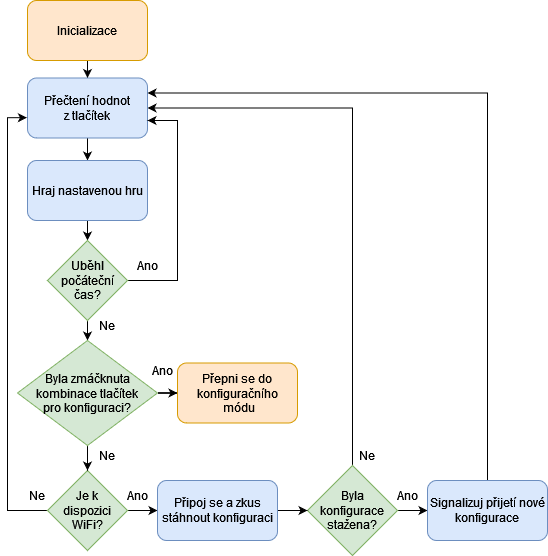
Earlier version of the draw.io export text/obrazky/blokove_schema_modu_PLAY.png (renata7zemanova/Semafor). Source tidied: cells renumbered, new cells last; positions are measured from the earlier drawing's top-left corner, leaving out a move shared by most shapes. The source it was exported from:
```xml
<mxGraphModel>
  <root>
    <mxCell id="0" />
    <mxCell id="1" parent="0" />
    <mxCell id="2" style="edgeStyle=orthogonalEdgeStyle;rounded=0;jettySize=auto;html=1;entryX=1;entryY=0.5;entryDx=0;entryDy=0;" parent="1" edge="1" source="4" target="8">
      <mxGeometry relative="1" as="geometry">
        <Array as="points">
          <mxPoint x="345" y="108" />
        </Array>
      </mxGeometry>
    </mxCell>
    <mxCell id="3" style="edgeStyle=orthogonalEdgeStyle;rounded=0;jettySize=auto;html=1;entryX=0;entryY=0.5;entryDx=0;entryDy=0;" parent="1" edge="1" source="4" target="29">
      <mxGeometry relative="1" as="geometry" />
    </mxCell>
    <mxCell id="4" value="Byla konfigurace stažena?" style="rhombus;whiteSpace=wrap;html=1;fillColor=#d5e8d4;strokeColor=#82b366;" parent="1" vertex="1">
      <mxGeometry x="300" y="465" width="90" height="90" as="geometry" />
    </mxCell>
    <mxCell id="5" style="edgeStyle=orthogonalEdgeStyle;rounded=0;jettySize=auto;html=1;" parent="1" edge="1" source="6" target="8">
      <mxGeometry relative="1" as="geometry" />
    </mxCell>
    <mxCell id="6" value="Inicializace" style="rounded=1;whiteSpace=wrap;html=1;fillColor=#ffe6cc;strokeColor=#d79b00;" parent="1" vertex="1">
      <mxGeometry x="20" width="120" height="60" as="geometry" />
    </mxCell>
    <mxCell id="7" style="edgeStyle=orthogonalEdgeStyle;rounded=0;jettySize=auto;html=1;" parent="1" edge="1" source="8" target="10">
      <mxGeometry relative="1" as="geometry" />
    </mxCell>
    <mxCell id="8" value="&lt;div&gt;Přečtení hodnot &lt;br&gt;&lt;/div&gt;&lt;div&gt;z tlačítek&lt;/div&gt;" style="rounded=1;whiteSpace=wrap;html=1;fillColor=#dae8fc;strokeColor=#6c8ebf;" parent="1" vertex="1">
      <mxGeometry x="20" y="77.5" width="120" height="60" as="geometry" />
    </mxCell>
    <mxCell id="9" style="edgeStyle=orthogonalEdgeStyle;rounded=0;jettySize=auto;html=1;entryX=0.5;entryY=0;entryDx=0;entryDy=0;" parent="1" edge="1" source="10" target="13">
      <mxGeometry relative="1" as="geometry" />
    </mxCell>
    <mxCell id="10" value="Hraj nastavenou hru" style="rounded=1;whiteSpace=wrap;html=1;fillColor=#dae8fc;strokeColor=#6c8ebf;" parent="1" vertex="1">
      <mxGeometry x="20" y="160" width="120" height="60" as="geometry" />
    </mxCell>
    <mxCell id="11" style="edgeStyle=orthogonalEdgeStyle;rounded=0;jettySize=auto;html=1;" parent="1" edge="1" source="13">
      <mxGeometry relative="1" as="geometry">
        <mxPoint x="140" y="120" as="targetPoint" />
        <Array as="points">
          <mxPoint x="170" y="280" />
          <mxPoint x="170" y="120" />
          <mxPoint x="140" y="120" />
        </Array>
      </mxGeometry>
    </mxCell>
    <mxCell id="12" style="edgeStyle=orthogonalEdgeStyle;rounded=0;jettySize=auto;html=1;entryX=0.5;entryY=0;entryDx=0;entryDy=0;" parent="1" edge="1" source="13" target="22">
      <mxGeometry relative="1" as="geometry" />
    </mxCell>
    <mxCell id="13" value="Uběhl počáteční čas?" style="rhombus;whiteSpace=wrap;html=1;fillColor=#d5e8d4;strokeColor=#82b366;" parent="1" vertex="1">
      <mxGeometry x="40" y="240" width="80" height="80" as="geometry" />
    </mxCell>
    <mxCell id="14" value="Ano" style="text;html=1;strokeColor=none;fillColor=none;align=center;verticalAlign=middle;whiteSpace=wrap;rounded=0;" parent="1" vertex="1">
      <mxGeometry x="110" y="250" width="60" height="30" as="geometry" />
    </mxCell>
    <mxCell id="15" value="Ne" style="text;html=1;strokeColor=none;fillColor=none;align=center;verticalAlign=middle;whiteSpace=wrap;rounded=0;" parent="1" vertex="1">
      <mxGeometry x="70" y="310" width="60" height="30" as="geometry" />
    </mxCell>
    <mxCell id="16" style="edgeStyle=orthogonalEdgeStyle;rounded=0;jettySize=auto;html=1;entryX=-0.005;entryY=0.661;entryDx=0;entryDy=0;entryPerimeter=0;" parent="1" edge="1" source="18" target="8">
      <mxGeometry relative="1" as="geometry">
        <Array as="points">
          <mxPoint y="510" />
          <mxPoint y="117" />
        </Array>
      </mxGeometry>
    </mxCell>
    <mxCell id="17" style="edgeStyle=orthogonalEdgeStyle;rounded=0;jettySize=auto;html=1;entryX=0;entryY=0.5;entryDx=0;entryDy=0;" parent="1" edge="1" source="18" target="27">
      <mxGeometry relative="1" as="geometry" />
    </mxCell>
    <mxCell id="18" value="&lt;div&gt;Je k &lt;br&gt;&lt;/div&gt;&lt;div&gt;dispozici WiFi?&lt;/div&gt;" style="rhombus;whiteSpace=wrap;html=1;fillColor=#d5e8d4;strokeColor=#82b366;" parent="1" vertex="1">
      <mxGeometry x="40" y="470" width="80" height="80" as="geometry" />
    </mxCell>
    <mxCell id="19" value="Ne" style="text;html=1;strokeColor=none;fillColor=none;align=center;verticalAlign=middle;whiteSpace=wrap;rounded=0;" parent="1" vertex="1">
      <mxGeometry y="480" width="60" height="30" as="geometry" />
    </mxCell>
    <mxCell id="20" style="edgeStyle=orthogonalEdgeStyle;rounded=0;jettySize=auto;html=1;entryX=0.5;entryY=0;entryDx=0;entryDy=0;" parent="1" edge="1" source="22" target="18">
      <mxGeometry relative="1" as="geometry" />
    </mxCell>
    <mxCell id="21" style="edgeStyle=orthogonalEdgeStyle;rounded=0;jettySize=auto;html=1;entryX=0;entryY=0.5;entryDx=0;entryDy=0;" parent="1" edge="1" source="22" target="23">
      <mxGeometry relative="1" as="geometry" />
    </mxCell>
    <mxCell id="22" value="&lt;div&gt;Byla zmáčknuta kombinace tlačítek &lt;br&gt;&lt;/div&gt;&lt;div&gt;pro konfiguraci?&lt;/div&gt;" style="rhombus;whiteSpace=wrap;html=1;fillColor=#d5e8d4;strokeColor=#82b366;" parent="1" vertex="1">
      <mxGeometry x="10" y="340" width="140" height="105" as="geometry" />
    </mxCell>
    <mxCell id="23" value="&lt;div&gt;Přepni se do konfiguračního&lt;/div&gt;&lt;div&gt;&amp;nbsp;módu&lt;/div&gt;" style="rounded=1;whiteSpace=wrap;html=1;fillColor=#ffe6cc;strokeColor=#d79b00;" parent="1" vertex="1">
      <mxGeometry x="170" y="362.5" width="120" height="60" as="geometry" />
    </mxCell>
    <mxCell id="24" value="Ano" style="text;html=1;strokeColor=none;fillColor=none;align=center;verticalAlign=middle;whiteSpace=wrap;rounded=0;" parent="1" vertex="1">
      <mxGeometry x="125" y="355" width="60" height="30" as="geometry" />
    </mxCell>
    <mxCell id="25" value="Ne" style="text;html=1;strokeColor=none;fillColor=none;align=center;verticalAlign=middle;whiteSpace=wrap;rounded=0;" parent="1" vertex="1">
      <mxGeometry x="70" y="440" width="60" height="30" as="geometry" />
    </mxCell>
    <mxCell id="26" style="edgeStyle=orthogonalEdgeStyle;rounded=0;jettySize=auto;html=1;entryX=0;entryY=0.5;entryDx=0;entryDy=0;" parent="1" edge="1" source="27" target="4">
      <mxGeometry relative="1" as="geometry" />
    </mxCell>
    <mxCell id="27" value="Připoj se a zkus stáhnout konfiguraci" style="rounded=1;whiteSpace=wrap;html=1;fillColor=#dae8fc;strokeColor=#6c8ebf;" parent="1" vertex="1">
      <mxGeometry x="150" y="480" width="120" height="60" as="geometry" />
    </mxCell>
    <mxCell id="28" style="edgeStyle=orthogonalEdgeStyle;rounded=0;jettySize=auto;html=1;entryX=1;entryY=0.25;entryDx=0;entryDy=0;" parent="1" edge="1" source="29" target="8">
      <mxGeometry relative="1" as="geometry">
        <Array as="points">
          <mxPoint x="480" y="93" />
        </Array>
      </mxGeometry>
    </mxCell>
    <mxCell id="29" value="Signalizuj přijetí nové konfigurace" style="rounded=1;whiteSpace=wrap;html=1;fillColor=#dae8fc;strokeColor=#6c8ebf;" parent="1" vertex="1">
      <mxGeometry x="420" y="480" width="120" height="60" as="geometry" />
    </mxCell>
    <mxCell id="30" value="Ne" style="text;html=1;strokeColor=none;fillColor=none;align=center;verticalAlign=middle;whiteSpace=wrap;rounded=0;" parent="1" vertex="1">
      <mxGeometry x="330" y="440" width="60" height="30" as="geometry" />
    </mxCell>
    <mxCell id="31" value="Ano" style="text;html=1;strokeColor=none;fillColor=none;align=center;verticalAlign=middle;whiteSpace=wrap;rounded=0;" parent="1" vertex="1">
      <mxGeometry x="100" y="480" width="60" height="30" as="geometry" />
    </mxCell>
    <mxCell id="32" value="Ano" style="text;html=1;strokeColor=none;fillColor=none;align=center;verticalAlign=middle;whiteSpace=wrap;rounded=0;" parent="1" vertex="1">
      <mxGeometry x="370" y="480" width="60" height="30" as="geometry" />
    </mxCell>
  </root>
</mxGraphModel>
```
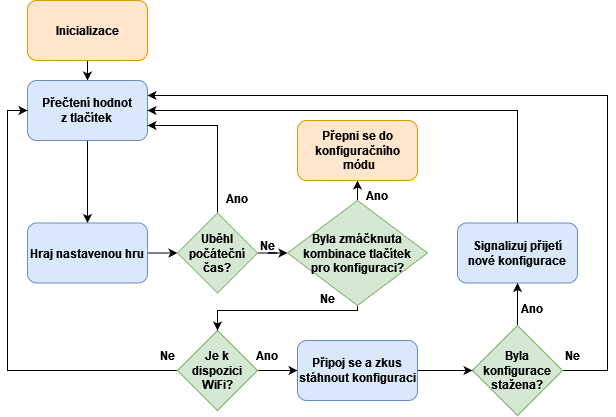
Above is the later version.

Diff of the diagram source:
```diff
@@ -2,118 +2,121 @@
   <root>
     <mxCell id="0" />
     <mxCell id="1" parent="0" />
+    <mxCell id="3" style="edgeStyle=orthogonalEdgeStyle;rounded=0;jettySize=auto;html=1;" parent="1" edge="1" source="4" target="29">
+      <mxGeometry relative="1" as="geometry" />
+    </mxCell>
-    <mxCell id="2" style="edgeStyle=orthogonalEdgeStyle;rounded=0;jettySize=auto;html=1;entryX=1;entryY=0.5;entryDx=0;entryDy=0;" parent="1" edge="1" source="4" target="8">
+    <mxCell id="2" style="edgeStyle=orthogonalEdgeStyle;rounded=0;jettySize=auto;html=1;entryX=1;entryY=0.25;entryDx=0;entryDy=0;" parent="1" edge="1" source="4" target="8">
       <mxGeometry relative="1" as="geometry">
         <Array as="points">
-          <mxPoint x="345" y="108" />
+          <mxPoint x="330" y="510" />
+          <mxPoint x="330" y="235" />
         </Array>
       </mxGeometry>
     </mxCell>
-    <mxCell id="3" style="edgeStyle=orthogonalEdgeStyle;rounded=0;jettySize=auto;html=1;entryX=0;entryY=0.5;entryDx=0;entryDy=0;" parent="1" edge="1" source="4" target="29">
-      <mxGeometry relative="1" as="geometry" />
-    </mxCell>
-    <mxCell id="4" value="Byla konfigurace stažena?" style="rhombus;whiteSpace=wrap;html=1;fillColor=#d5e8d4;strokeColor=#82b366;" parent="1" vertex="1">
-      <mxGeometry x="300" y="465" width="90" height="90" as="geometry" />
+    <mxCell id="4" value="Byla konfigurace stažena?" style="rhombus;whiteSpace=wrap;html=1;fillColor=#d5e8d4;strokeColor=#82b366;fontStyle=1;" parent="1" vertex="1">
+      <mxGeometry x="195" y="465" width="90" height="90" as="geometry" />
     </mxCell>
-    <mxCell id="5" style="edgeStyle=orthogonalEdgeStyle;rounded=0;jettySize=auto;html=1;" parent="1" edge="1" source="6" target="8">
+    <mxCell id="5" style="edgeStyle=orthogonalEdgeStyle;rounded=0;jettySize=auto;html=1;fontStyle=1;" parent="1" edge="1" source="6" target="8">
       <mxGeometry relative="1" as="geometry" />
     </mxCell>
-    <mxCell id="6" value="Inicializace" style="rounded=1;whiteSpace=wrap;html=1;fillColor=#ffe6cc;strokeColor=#d79b00;" parent="1" vertex="1">
-      <mxGeometry x="20" width="120" height="60" as="geometry" />
+    <mxCell id="6" value="Inicializace" style="rounded=1;whiteSpace=wrap;html=1;fillColor=#ffe6cc;strokeColor=#d79b00;fontStyle=1;" parent="1" vertex="1">
+      <mxGeometry x="-250" y="140" width="120" height="60" as="geometry" />
     </mxCell>
-    <mxCell id="7" style="edgeStyle=orthogonalEdgeStyle;rounded=0;jettySize=auto;html=1;" parent="1" edge="1" source="8" target="10">
+    <mxCell id="7" style="edgeStyle=orthogonalEdgeStyle;rounded=0;jettySize=auto;html=1;entryX=0.5;entryY=0;entryDx=0;entryDy=0;" parent="1" edge="1" source="8" target="10">
       <mxGeometry relative="1" as="geometry" />
     </mxCell>
-    <mxCell id="8" value="&lt;div&gt;Přečtení hodnot &lt;br&gt;&lt;/div&gt;&lt;div&gt;z tlačítek&lt;/div&gt;" style="rounded=1;whiteSpace=wrap;html=1;fillColor=#dae8fc;strokeColor=#6c8ebf;" parent="1" vertex="1">
-      <mxGeometry x="20" y="77.5" width="120" height="60" as="geometry" />
+    <mxCell id="8" value="&lt;div&gt;Přečtení hodnot &lt;br&gt;&lt;/div&gt;&lt;div&gt;z tlačítek&lt;/div&gt;" style="rounded=1;whiteSpace=wrap;html=1;fillColor=#dae8fc;strokeColor=#6c8ebf;fontStyle=1;" parent="1" vertex="1">
+      <mxGeometry x="-250" y="220" width="120" height="60" as="geometry" />
     </mxCell>
-    <mxCell id="9" style="edgeStyle=orthogonalEdgeStyle;rounded=0;jettySize=auto;html=1;entryX=0.5;entryY=0;entryDx=0;entryDy=0;" parent="1" edge="1" source="10" target="13">
-      <mxGeometry relative="1" as="geometry" />
+    <mxCell id="9" style="edgeStyle=orthogonalEdgeStyle;rounded=0;jettySize=auto;html=1;entryX=0;entryY=0.5;entryDx=0;entryDy=0;fontStyle=1;" parent="1" edge="1" source="10" target="13">
+      <mxGeometry relative="1" as="geometry">
+        <Array as="points">
+          <mxPoint x="-200" y="393" />
+          <mxPoint x="-200" y="393" />
+        </Array>
+      </mxGeometry>
     </mxCell>
-    <mxCell id="10" value="Hraj nastavenou hru" style="rounded=1;whiteSpace=wrap;html=1;fillColor=#dae8fc;strokeColor=#6c8ebf;" parent="1" vertex="1">
-      <mxGeometry x="20" y="160" width="120" height="60" as="geometry" />
+    <mxCell id="10" value="Hraj nastavenou hru" style="rounded=1;whiteSpace=wrap;html=1;fillColor=#dae8fc;strokeColor=#6c8ebf;fontStyle=1;" parent="1" vertex="1">
+      <mxGeometry x="-250" y="362.5" width="120" height="60" as="geometry" />
     </mxCell>
-    <mxCell id="11" style="edgeStyle=orthogonalEdgeStyle;rounded=0;jettySize=auto;html=1;" parent="1" edge="1" source="13">
-      <mxGeometry relative="1" as="geometry">
-        <mxPoint x="140" y="120" as="targetPoint" />
-        <Array as="points">
-          <mxPoint x="170" y="280" />
-          <mxPoint x="170" y="120" />
-          <mxPoint x="140" y="120" />
-        </Array>
-      </mxGeometry>
-    </mxCell>
-    <mxCell id="12" style="edgeStyle=orthogonalEdgeStyle;rounded=0;jettySize=auto;html=1;entryX=0.5;entryY=0;entryDx=0;entryDy=0;" parent="1" edge="1" source="13" target="22">
+    <mxCell id="12" style="edgeStyle=orthogonalEdgeStyle;rounded=0;jettySize=auto;html=1;entryX=0;entryY=0.5;entryDx=0;entryDy=0;fontStyle=1;" parent="1" edge="1" source="13" target="22">
       <mxGeometry relative="1" as="geometry" />
     </mxCell>
+    <mxCell id="33" style="edgeStyle=orthogonalEdgeStyle;rounded=0;jettySize=auto;html=1;entryX=1;entryY=0.75;entryDx=0;entryDy=0;" parent="1" edge="1" source="13" target="8">
+      <mxGeometry relative="1" as="geometry">
+        <Array as="points">
+          <mxPoint x="-60" y="265" />
+        </Array>
+      </mxGeometry>
+    </mxCell>
-    <mxCell id="13" value="Uběhl počáteční čas?" style="rhombus;whiteSpace=wrap;html=1;fillColor=#d5e8d4;strokeColor=#82b366;" parent="1" vertex="1">
-      <mxGeometry x="40" y="240" width="80" height="80" as="geometry" />
+    <mxCell id="13" value="Uběhl počáteční čas?" style="rhombus;whiteSpace=wrap;html=1;fillColor=#d5e8d4;strokeColor=#82b366;fontStyle=1;" parent="1" vertex="1">
+      <mxGeometry x="-100" y="352.5" width="80" height="80" as="geometry" />
     </mxCell>
-    <mxCell id="14" value="Ano" style="text;html=1;strokeColor=none;fillColor=none;align=center;verticalAlign=middle;whiteSpace=wrap;rounded=0;" parent="1" vertex="1">
-      <mxGeometry x="110" y="250" width="60" height="30" as="geometry" />
+    <mxCell id="14" value="Ano" style="text;html=1;strokeColor=none;fillColor=none;align=center;verticalAlign=middle;whiteSpace=wrap;rounded=0;fontStyle=1;" parent="1" vertex="1">
+      <mxGeometry x="-70" y="322.5" width="60" height="30" as="geometry" />
     </mxCell>
-    <mxCell id="15" value="Ne" style="text;html=1;strokeColor=none;fillColor=none;align=center;verticalAlign=middle;whiteSpace=wrap;rounded=0;" parent="1" vertex="1">
-      <mxGeometry x="70" y="310" width="60" height="30" as="geometry" />
+    <mxCell id="15" value="Ne" style="text;html=1;strokeColor=none;fillColor=none;align=center;verticalAlign=middle;whiteSpace=wrap;rounded=0;fontStyle=1;" parent="1" vertex="1">
+      <mxGeometry x="-40" y="370" width="60" height="30" as="geometry" />
     </mxCell>
+    <mxCell id="17" style="edgeStyle=orthogonalEdgeStyle;rounded=0;jettySize=auto;html=1;entryX=0;entryY=0.5;entryDx=0;entryDy=0;fontStyle=1;" parent="1" edge="1" source="18" target="27">
+      <mxGeometry relative="1" as="geometry" />
+    </mxCell>
-    <mxCell id="16" style="edgeStyle=orthogonalEdgeStyle;rounded=0;jettySize=auto;html=1;entryX=-0.005;entryY=0.661;entryDx=0;entryDy=0;entryPerimeter=0;" parent="1" edge="1" source="18" target="8">
-      <mxGeometry relative="1" as="geometry">
-        <Array as="points">
-          <mxPoint y="510" />
-          <mxPoint y="117" />
-        </Array>
-      </mxGeometry>
+    <mxCell id="16" style="edgeStyle=orthogonalEdgeStyle;rounded=0;jettySize=auto;html=1;entryX=0;entryY=0.5;entryDx=0;entryDy=0;" parent="1" edge="1" source="18" target="8">
+      <mxGeometry relative="1" as="geometry" />
     </mxCell>
-    <mxCell id="17" style="edgeStyle=orthogonalEdgeStyle;rounded=0;jettySize=auto;html=1;entryX=0;entryY=0.5;entryDx=0;entryDy=0;" parent="1" edge="1" source="18" target="27">
-      <mxGeometry relative="1" as="geometry" />
-    </mxCell>
-    <mxCell id="18" value="&lt;div&gt;Je k &lt;br&gt;&lt;/div&gt;&lt;div&gt;dispozici WiFi?&lt;/div&gt;" style="rhombus;whiteSpace=wrap;html=1;fillColor=#d5e8d4;strokeColor=#82b366;" parent="1" vertex="1">
-      <mxGeometry x="40" y="470" width="80" height="80" as="geometry" />
+    <mxCell id="18" value="&lt;div&gt;Je k &lt;br&gt;&lt;/div&gt;&lt;div&gt;dispozici WiFi?&lt;/div&gt;" style="rhombus;whiteSpace=wrap;html=1;fillColor=#d5e8d4;strokeColor=#82b366;fontStyle=1;" parent="1" vertex="1">
+      <mxGeometry x="-100" y="470" width="80" height="80" as="geometry" />
     </mxCell>
-    <mxCell id="19" value="Ne" style="text;html=1;strokeColor=none;fillColor=none;align=center;verticalAlign=middle;whiteSpace=wrap;rounded=0;" parent="1" vertex="1">
-      <mxGeometry y="480" width="60" height="30" as="geometry" />
+    <mxCell id="19" value="Ne" style="text;html=1;strokeColor=none;fillColor=none;align=center;verticalAlign=middle;whiteSpace=wrap;rounded=0;fontStyle=1;" parent="1" vertex="1">
+      <mxGeometry x="-140" y="480" width="60" height="30" as="geometry" />
     </mxCell>
-    <mxCell id="20" style="edgeStyle=orthogonalEdgeStyle;rounded=0;jettySize=auto;html=1;entryX=0.5;entryY=0;entryDx=0;entryDy=0;" parent="1" edge="1" source="22" target="18">
-      <mxGeometry relative="1" as="geometry" />
+    <mxCell id="20" style="edgeStyle=orthogonalEdgeStyle;rounded=0;jettySize=auto;html=1;entryX=0.5;entryY=0;entryDx=0;entryDy=0;fontStyle=1;" parent="1" edge="1" source="22" target="18">
+      <mxGeometry relative="1" as="geometry">
+        <Array as="points">
+          <mxPoint x="80" y="450" />
+          <mxPoint x="-60" y="450" />
+        </Array>
+      </mxGeometry>
     </mxCell>
-    <mxCell id="21" style="edgeStyle=orthogonalEdgeStyle;rounded=0;jettySize=auto;html=1;entryX=0;entryY=0.5;entryDx=0;entryDy=0;" parent="1" edge="1" source="22" target="23">
+    <mxCell id="21" style="edgeStyle=orthogonalEdgeStyle;rounded=0;jettySize=auto;html=1;entryX=0.5;entryY=1;entryDx=0;entryDy=0;" parent="1" edge="1" source="22" target="23">
       <mxGeometry relative="1" as="geometry" />
     </mxCell>
-    <mxCell id="22" value="&lt;div&gt;Byla zmáčknuta kombinace tlačítek &lt;br&gt;&lt;/div&gt;&lt;div&gt;pro konfiguraci?&lt;/div&gt;" style="rhombus;whiteSpace=wrap;html=1;fillColor=#d5e8d4;strokeColor=#82b366;" parent="1" vertex="1">
+    <mxCell id="22" value="&lt;div&gt;Byla zmáčknuta kombinace tlačítek &lt;br&gt;&lt;/div&gt;&lt;div&gt;pro konfiguraci?&lt;/div&gt;" style="rhombus;whiteSpace=wrap;html=1;fillColor=#d5e8d4;strokeColor=#82b366;fontStyle=1;" parent="1" vertex="1">
       <mxGeometry x="10" y="340" width="140" height="105" as="geometry" />
     </mxCell>
-    <mxCell id="23" value="&lt;div&gt;Přepni se do konfiguračního&lt;/div&gt;&lt;div&gt;&amp;nbsp;módu&lt;/div&gt;" style="rounded=1;whiteSpace=wrap;html=1;fillColor=#ffe6cc;strokeColor=#d79b00;" parent="1" vertex="1">
-      <mxGeometry x="170" y="362.5" width="120" height="60" as="geometry" />
+    <mxCell id="23" value="&lt;div&gt;Přepni se do konfiguračního&lt;/div&gt;&lt;div&gt;&amp;nbsp;módu&lt;/div&gt;" style="rounded=1;whiteSpace=wrap;html=1;fillColor=#ffe6cc;strokeColor=#d79b00;fontStyle=1;" parent="1" vertex="1">
+      <mxGeometry x="20" y="260" width="120" height="60" as="geometry" />
     </mxCell>
-    <mxCell id="24" value="Ano" style="text;html=1;strokeColor=none;fillColor=none;align=center;verticalAlign=middle;whiteSpace=wrap;rounded=0;" parent="1" vertex="1">
-      <mxGeometry x="125" y="355" width="60" height="30" as="geometry" />
+    <mxCell id="24" value="Ano" style="text;html=1;strokeColor=none;fillColor=none;align=center;verticalAlign=middle;whiteSpace=wrap;rounded=0;fontStyle=1;" parent="1" vertex="1">
+      <mxGeometry x="70" y="320" width="60" height="30" as="geometry" />
     </mxCell>
-    <mxCell id="25" value="Ne" style="text;html=1;strokeColor=none;fillColor=none;align=center;verticalAlign=middle;whiteSpace=wrap;rounded=0;" parent="1" vertex="1">
-      <mxGeometry x="70" y="440" width="60" height="30" as="geometry" />
+    <mxCell id="25" value="Ne" style="text;html=1;strokeColor=none;fillColor=none;align=center;verticalAlign=middle;whiteSpace=wrap;rounded=0;fontStyle=1;" parent="1" vertex="1">
+      <mxGeometry x="20" y="422.5" width="60" height="30" as="geometry" />
     </mxCell>
-    <mxCell id="26" style="edgeStyle=orthogonalEdgeStyle;rounded=0;jettySize=auto;html=1;entryX=0;entryY=0.5;entryDx=0;entryDy=0;" parent="1" edge="1" source="27" target="4">
+    <mxCell id="26" style="edgeStyle=orthogonalEdgeStyle;rounded=0;jettySize=auto;html=1;entryX=0;entryY=0.5;entryDx=0;entryDy=0;fontStyle=1;" parent="1" edge="1" source="27" target="4">
       <mxGeometry relative="1" as="geometry" />
     </mxCell>
-    <mxCell id="27" value="Připoj se a zkus stáhnout konfiguraci" style="rounded=1;whiteSpace=wrap;html=1;fillColor=#dae8fc;strokeColor=#6c8ebf;" parent="1" vertex="1">
-      <mxGeometry x="150" y="480" width="120" height="60" as="geometry" />
+    <mxCell id="27" value="Připoj se a zkus stáhnout konfiguraci" style="rounded=1;whiteSpace=wrap;html=1;fillColor=#dae8fc;strokeColor=#6c8ebf;fontStyle=1;" parent="1" vertex="1">
+      <mxGeometry x="20" y="480" width="120" height="60" as="geometry" />
     </mxCell>
-    <mxCell id="28" style="edgeStyle=orthogonalEdgeStyle;rounded=0;jettySize=auto;html=1;entryX=1;entryY=0.25;entryDx=0;entryDy=0;" parent="1" edge="1" source="29" target="8">
+    <mxCell id="28" style="edgeStyle=orthogonalEdgeStyle;rounded=0;jettySize=auto;html=1;entryX=1;entryY=0.5;entryDx=0;entryDy=0;" parent="1" edge="1" source="29" target="8">
       <mxGeometry relative="1" as="geometry">
         <Array as="points">
-          <mxPoint x="480" y="93" />
+          <mxPoint x="240" y="250" />
         </Array>
       </mxGeometry>
     </mxCell>
-    <mxCell id="29" value="Signalizuj přijetí nové konfigurace" style="rounded=1;whiteSpace=wrap;html=1;fillColor=#dae8fc;strokeColor=#6c8ebf;" parent="1" vertex="1">
-      <mxGeometry x="420" y="480" width="120" height="60" as="geometry" />
+    <mxCell id="29" value="Signalizuj přijetí nové konfigurace" style="rounded=1;whiteSpace=wrap;html=1;fillColor=#dae8fc;strokeColor=#6c8ebf;fontStyle=1;" parent="1" vertex="1">
+      <mxGeometry x="180" y="362.5" width="120" height="60" as="geometry" />
     </mxCell>
-    <mxCell id="30" value="Ne" style="text;html=1;strokeColor=none;fillColor=none;align=center;verticalAlign=middle;whiteSpace=wrap;rounded=0;" parent="1" vertex="1">
-      <mxGeometry x="330" y="440" width="60" height="30" as="geometry" />
+    <mxCell id="30" value="Ne" style="text;html=1;strokeColor=none;fillColor=none;align=center;verticalAlign=middle;whiteSpace=wrap;rounded=0;fontStyle=1;" parent="1" vertex="1">
+      <mxGeometry x="265" y="480" width="60" height="30" as="geometry" />
     </mxCell>
-    <mxCell id="31" value="Ano" style="text;html=1;strokeColor=none;fillColor=none;align=center;verticalAlign=middle;whiteSpace=wrap;rounded=0;" parent="1" vertex="1">
-      <mxGeometry x="100" y="480" width="60" height="30" as="geometry" />
+    <mxCell id="31" value="Ano" style="text;html=1;strokeColor=none;fillColor=none;align=center;verticalAlign=middle;whiteSpace=wrap;rounded=0;fontStyle=1;" parent="1" vertex="1">
+      <mxGeometry x="-40" y="480" width="60" height="30" as="geometry" />
     </mxCell>
-    <mxCell id="32" value="Ano" style="text;html=1;strokeColor=none;fillColor=none;align=center;verticalAlign=middle;whiteSpace=wrap;rounded=0;" parent="1" vertex="1">
-      <mxGeometry x="370" y="480" width="60" height="30" as="geometry" />
+    <mxCell id="32" value="Ano" style="text;html=1;strokeColor=none;fillColor=none;align=center;verticalAlign=middle;whiteSpace=wrap;rounded=0;fontStyle=1;" parent="1" vertex="1">
+      <mxGeometry x="225" y="432.5" width="60" height="30" as="geometry" />
     </mxCell>
   </root>
 </mxGraphModel>
```
